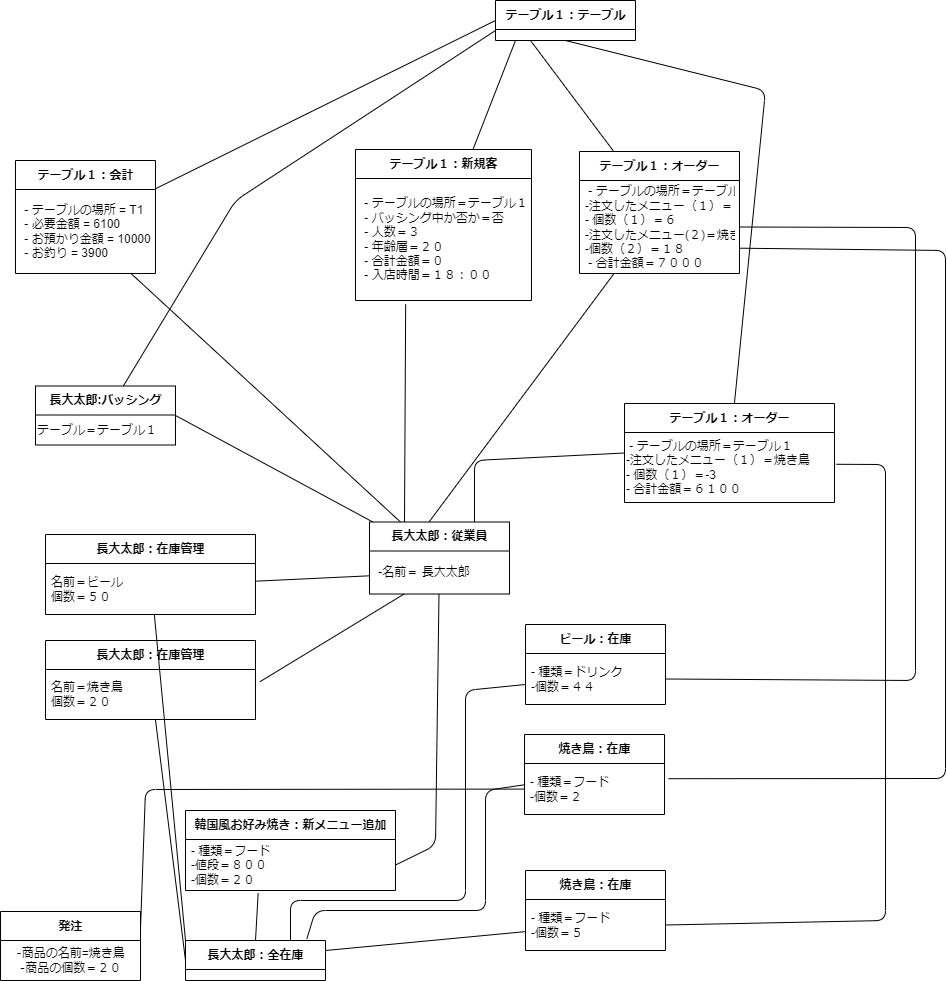
Before: psp4/オブジェクト図/オブジェクト図ver2.drawio.png, a diagram exported from draw.io (MasakiHiguchi/---). Source tidied: cells renumbered, new cells last; positions are measured from the earlier drawing's top-left corner, leaving out a move shared by most shapes.
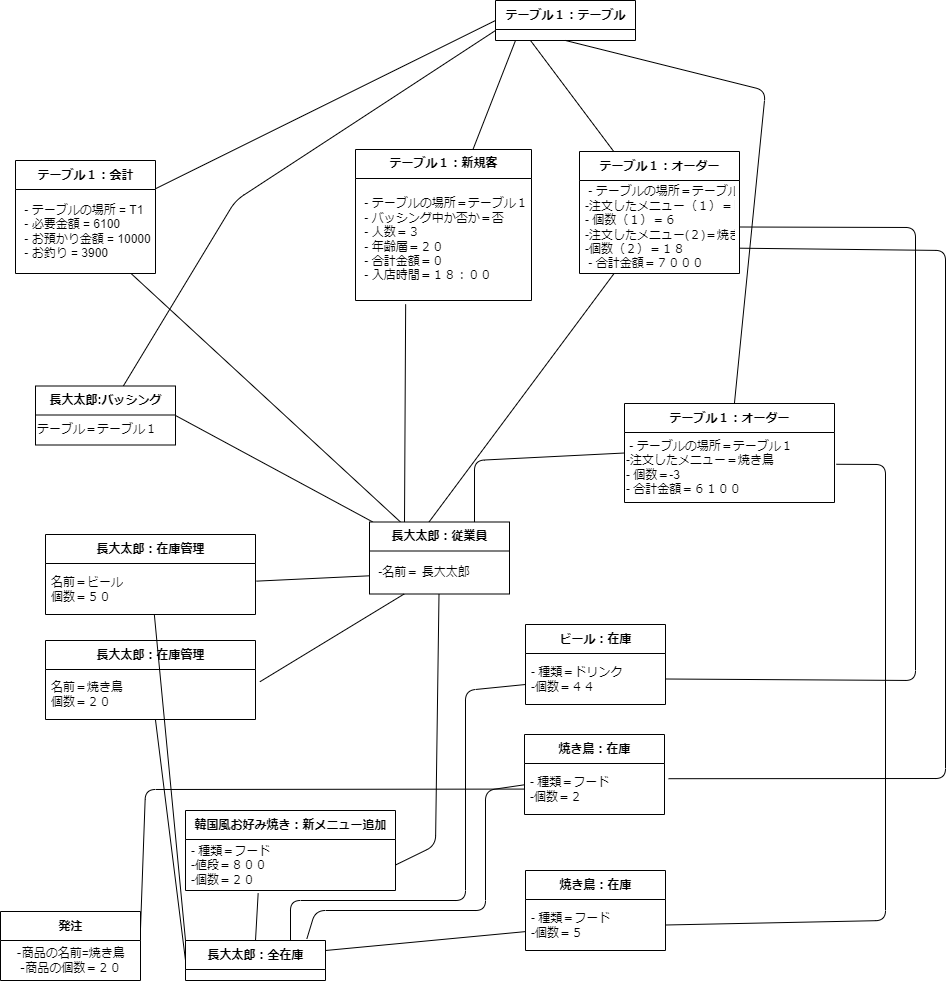
The same file after the commit.

What changed in the source:
```diff
@@ -88,7 +88,7 @@
     <mxCell id="21" value="テーブル１：オーダー" style="swimlane;fontStyle=1;align=center;verticalAlign=middle;horizontal=1;startSize=29;html=1;" parent="1" vertex="1">
       <mxGeometry x="624" y="403" width="210" height="99" as="geometry" />
     </mxCell>
-    <mxCell id="22" value="&lt;span style=&quot;&quot;&gt;&amp;nbsp;- テーブルの場所＝テーブル１&lt;/span&gt;&lt;br style=&quot;border-color: var(--border-color);&quot;&gt;&lt;span style=&quot;&quot;&gt;-注文したメニュー（１）＝焼き鳥&amp;nbsp;&lt;/span&gt;&lt;br style=&quot;border-color: var(--border-color);&quot;&gt;&lt;span style=&quot;&quot;&gt;-&amp;nbsp;個数（１）＝-3&lt;/span&gt;&lt;br style=&quot;border-color: var(--border-color);&quot;&gt;&lt;span style=&quot;&quot;&gt;- 合計金額＝６１００&lt;/span&gt;" style="text;html=1;align=left;verticalAlign=middle;points=[];strokeColor=none;fillColor=none;" parent="21" vertex="1">
+    <mxCell id="22" value="&lt;span style=&quot;&quot;&gt;&amp;nbsp;- テーブルの場所＝テーブル１&lt;/span&gt;&lt;br style=&quot;border-color: var(--border-color);&quot;&gt;&lt;span style=&quot;&quot;&gt;-注文したメニュー＝焼き鳥&amp;nbsp;&lt;/span&gt;&lt;br style=&quot;border-color: var(--border-color);&quot;&gt;&lt;span style=&quot;&quot;&gt;-&amp;nbsp;個数＝-3&lt;/span&gt;&lt;br style=&quot;border-color: var(--border-color);&quot;&gt;&lt;span style=&quot;&quot;&gt;- 合計金額＝６１００&lt;/span&gt;" style="text;html=1;align=left;verticalAlign=middle;points=[];strokeColor=none;fillColor=none;" parent="21" vertex="1">
       <mxGeometry y="29" width="210" height="70" as="geometry" />
     </mxCell>
     <mxCell id="23" style="edgeStyle=none;html=1;exitX=0.75;exitY=0;exitDx=0;exitDy=0;entryX=0;entryY=0.5;entryDx=0;entryDy=0;endArrow=none;endFill=0;" parent="1" edge="1" target="21">
```
